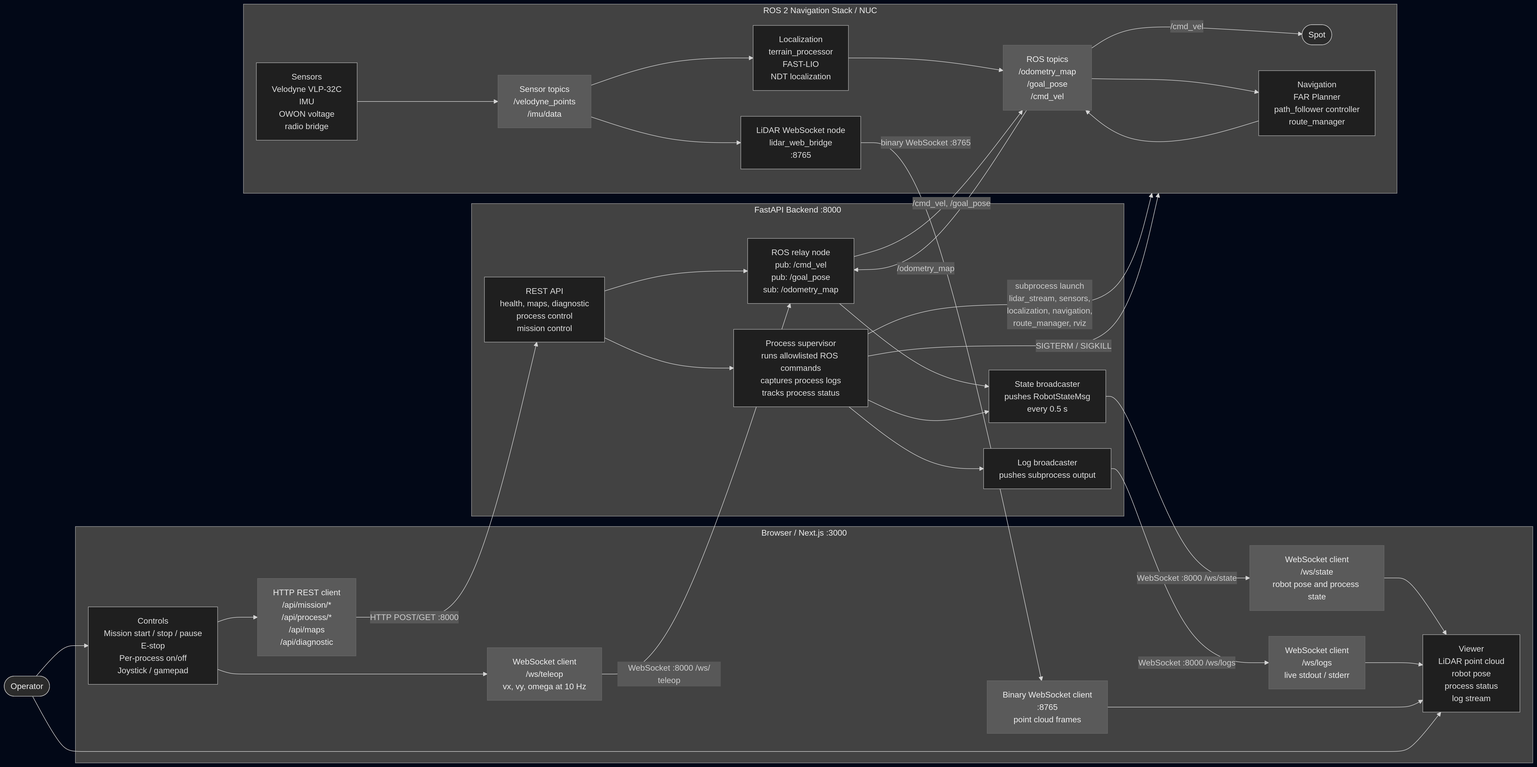
Above: docs/uml.png in skn47/spot-edge-webui (Mermaid), before the change. Its source is kept beside it as docs/uml.mmd.
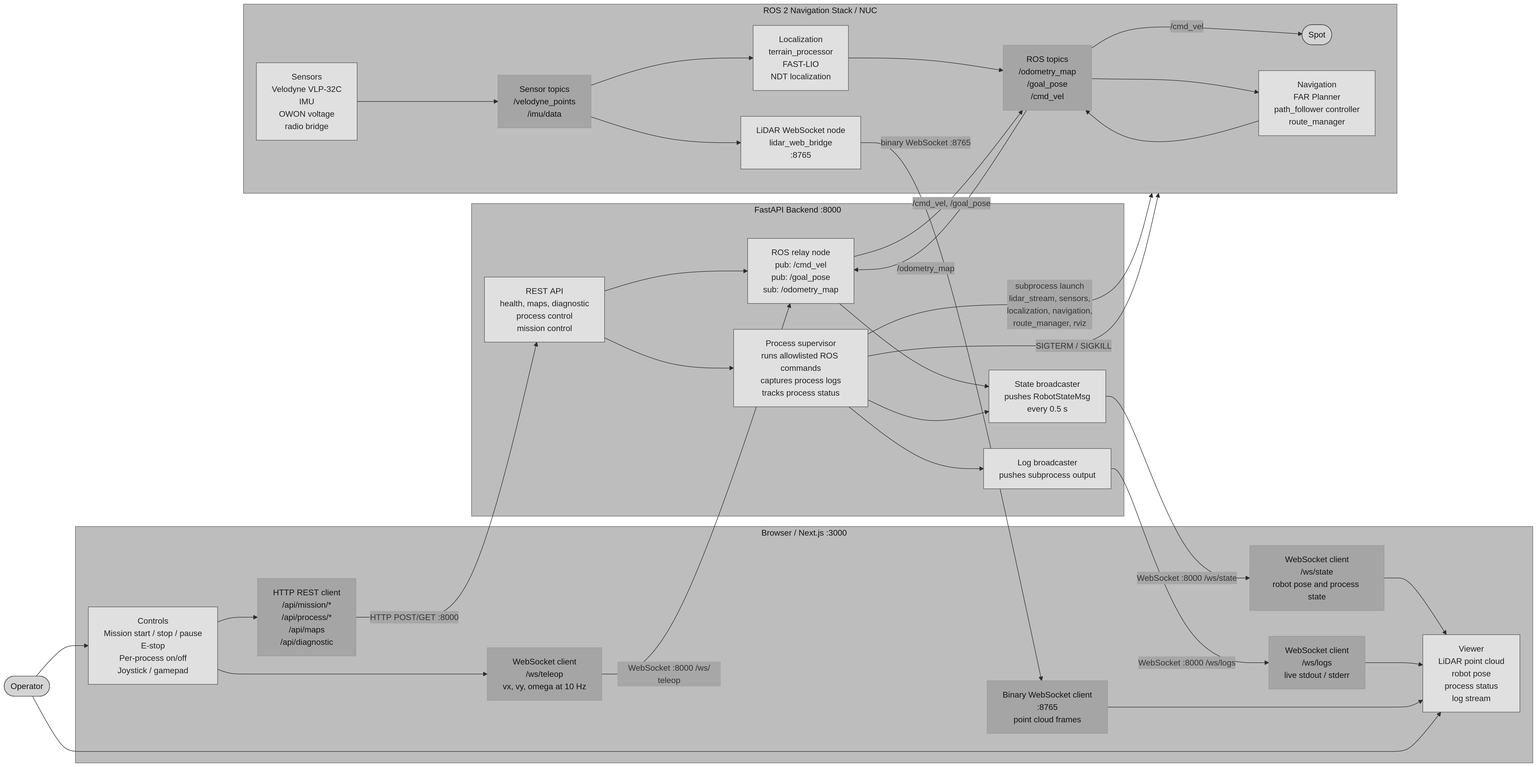
The same diagram one commit later.

The edit, as a diff of the source:
```diff
@@ -1,3 +1,4 @@
+%%{init: {"theme": "base", "themeVariables": {"background": "#ffffff", "primaryTextColor": "#000000", "secondaryTextColor": "#000000", "tertiaryTextColor": "#000000", "textColor": "#000000", "lineColor": "#000000", "edgeLabelBackground": "#ffffff", "clusterBkg": "#ffffff", "clusterBorder": "#000000"}}}%%
 flowchart LR
     operator([Operator])
     spot([Spot])
@@ -63,10 +64,10 @@
     rosRelay -- "/cmd_vel, /goal_pose" --> rosTopics
     rosTopics -- "/odometry_map" --> rosRelay
 
-    classDef boundary fill:#424242,stroke:#999,color:#eee
-    classDef component fill:#1f1f1f,stroke:#aaa,color:#ddd
-    classDef interface fill:#5a5a5a,stroke:#666,color:#eee
-    classDef actor fill:#2b2b2b,stroke:#bbb,color:#eee
+    classDef boundary fill:#bdbdbd,stroke:#666,color:#000
+    classDef component fill:#e0e0e0,stroke:#555,color:#000
+    classDef interface fill:#a5a5a5,stroke:#999,color:#000
+    classDef actor fill:#d4d4d4,stroke:#444,color:#000
 
     class browser,backend,ros boundary
     class controls,viewer,api,rosRelay,supervisor,stateBroadcaster,logBroadcaster,sensors,localization,navigation,lidarNode component
```
